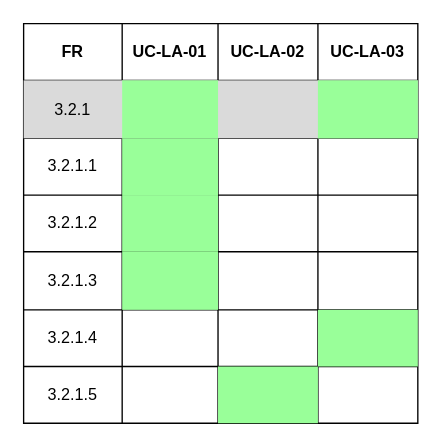
This is page "FR3.2" (10 of 18) of docs/srs/Use_Cases/Traceability_Matrix/Traceability_Matrix.drawio from COS301-SE-2026/UMTAS, a draw.io file, before an edit. Source tidied: cells renumbered, new cells numbered last; positions are measured from the earlier drawing's top-left corner, leaving out a move shared by most shapes. Both pictures are drawn from the tidied source at 135%, with x=0, y=0 at pixel (23, 23).
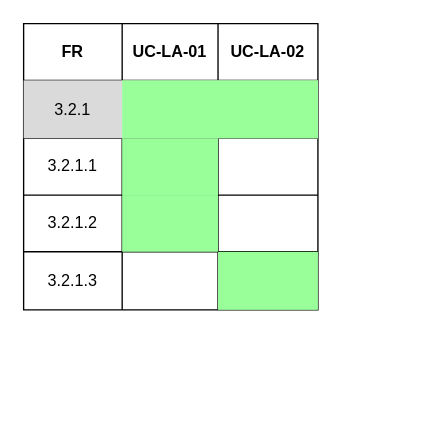
The same page after the edit.

Diff of the diagram source:
```diff
@@
     <mxCell id="2" style="shape=table;startSize=0;childLayout=tableLayout;strokeColor=default;" parent="1" vertex="1">
-      <mxGeometry width="292" height="296" as="geometry" />
+      <mxGeometry width="218" height="212" as="geometry" />
     </mxCell>
     <mxCell id="3" style="shape=tableRow;horizontal=0;startSize=0;swimlaneHead=0;swimlaneBody=0;strokeColor=inherit;top=0;left=0;bottom=0;right=0;fillColor=none;" parent="2" vertex="1">
-      <mxGeometry width="292" height="42" as="geometry" />
+      <mxGeometry width="218" height="42" as="geometry" />
     </mxCell>
@@
-    <mxCell id="7" value="UC-LA-03" style="shape=partialRectangle;html=1;whiteSpace=wrap;strokeColor=inherit;overflow=hidden;fillColor=none;top=0;left=0;bottom=0;right=0;fontStyle=1;" parent="3" vertex="1">
-      <mxGeometry x="218" width="74" height="42" as="geometry" />
-    </mxCell>
     <mxCell id="8" style="shape=tableRow;horizontal=0;startSize=0;swimlaneHead=0;swimlaneBody=0;strokeColor=inherit;top=0;left=0;bottom=0;right=0;fillColor=#DADADA;" parent="2" vertex="1">
-      <mxGeometry y="42" width="292" height="43" as="geometry" />
+      <mxGeometry y="42" width="218" height="43" as="geometry" />
     </mxCell>
@@
-    <mxCell id="11" style="shape=partialRectangle;html=1;whiteSpace=wrap;strokeColor=inherit;overflow=hidden;fillColor=none;top=0;left=0;bottom=0;right=0;" parent="8" vertex="1">
+    <mxCell id="11" style="shape=partialRectangle;html=1;whiteSpace=wrap;strokeColor=inherit;overflow=hidden;fillColor=#99FF99;top=0;left=0;bottom=0;right=0;" parent="8" vertex="1">
       <mxGeometry x="144" width="74" height="43" as="geometry" />
     </mxCell>
-    <mxCell id="12" style="shape=partialRectangle;html=1;whiteSpace=wrap;strokeColor=inherit;overflow=hidden;fillColor=#99FF99;top=0;left=0;bottom=0;right=0;" parent="8" vertex="1">
-      <mxGeometry x="218" width="74" height="43" as="geometry" />
-    </mxCell>
     <mxCell id="13" style="shape=tableRow;horizontal=0;startSize=0;swimlaneHead=0;swimlaneBody=0;strokeColor=inherit;top=0;left=0;bottom=0;right=0;fillColor=none;" parent="2" vertex="1">
-      <mxGeometry y="85" width="292" height="42" as="geometry" />
+      <mxGeometry y="85" width="218" height="42" as="geometry" />
     </mxCell>
@@
-    <mxCell id="17" style="shape=partialRectangle;html=1;whiteSpace=wrap;strokeColor=inherit;overflow=hidden;fillColor=none;top=0;left=0;bottom=0;right=0;" parent="13" vertex="1">
-      <mxGeometry x="218" width="74" height="42" as="geometry" />
-    </mxCell>
     <mxCell id="18" style="shape=tableRow;horizontal=0;startSize=0;swimlaneHead=0;swimlaneBody=0;strokeColor=inherit;top=0;left=0;bottom=0;right=0;fillColor=none;" parent="2" vertex="1">
-      <mxGeometry y="127" width="292" height="42" as="geometry" />
+      <mxGeometry y="127" width="218" height="42" as="geometry" />
     </mxCell>
@@
-    <mxCell id="22" style="shape=partialRectangle;html=1;whiteSpace=wrap;strokeColor=inherit;overflow=hidden;fillColor=none;top=0;left=0;bottom=0;right=0;" parent="18" vertex="1">
-      <mxGeometry x="218" width="74" height="42" as="geometry" />
-    </mxCell>
     <mxCell id="23" style="shape=tableRow;horizontal=0;startSize=0;swimlaneHead=0;swimlaneBody=0;strokeColor=inherit;top=0;left=0;bottom=0;right=0;fillColor=none;" parent="2" vertex="1">
-      <mxGeometry y="169" width="292" height="43" as="geometry" />
+      <mxGeometry y="169" width="218" height="43" as="geometry" />
     </mxCell>
@@
-    <mxCell id="25" style="shape=partialRectangle;html=1;whiteSpace=wrap;strokeColor=inherit;overflow=hidden;fillColor=#99FF99;top=0;left=0;bottom=0;right=0;" parent="23" vertex="1">
+    <mxCell id="25" style="shape=partialRectangle;html=1;whiteSpace=wrap;strokeColor=inherit;overflow=hidden;fillColor=none;top=0;left=0;bottom=0;right=0;" parent="23" vertex="1">
       <mxGeometry x="73" width="71" height="43" as="geometry" />
     </mxCell>
-    <mxCell id="26" style="shape=partialRectangle;html=1;whiteSpace=wrap;strokeColor=inherit;overflow=hidden;fillColor=none;top=0;left=0;bottom=0;right=0;" parent="23" vertex="1">
+    <mxCell id="26" style="shape=partialRectangle;html=1;whiteSpace=wrap;strokeColor=inherit;overflow=hidden;fillColor=#99FF99;top=0;left=0;bottom=0;right=0;" parent="23" vertex="1">
       <mxGeometry x="144" width="74" height="43" as="geometry" />
     </mxCell>
-    <mxCell id="27" style="shape=partialRectangle;html=1;whiteSpace=wrap;strokeColor=inherit;overflow=hidden;fillColor=none;top=0;left=0;bottom=0;right=0;" parent="23" vertex="1">
-      <mxGeometry x="218" width="74" height="43" as="geometry" />
-    </mxCell>
-    <mxCell id="28" style="shape=tableRow;horizontal=0;startSize=0;swimlaneHead=0;swimlaneBody=0;strokeColor=inherit;top=0;left=0;bottom=0;right=0;fillColor=none;" parent="2" vertex="1">
-      <mxGeometry y="212" width="292" height="42" as="geometry" />
-    </mxCell>
-    <mxCell id="29" value="3.2.1.4" style="shape=partialRectangle;html=1;whiteSpace=wrap;strokeColor=inherit;overflow=hidden;fillColor=none;top=0;left=0;bottom=0;right=0;" parent="28" vertex="1">
-      <mxGeometry width="73" height="42" as="geometry" />
-    </mxCell>
-    <mxCell id="30" style="shape=partialRectangle;html=1;whiteSpace=wrap;strokeColor=inherit;overflow=hidden;fillColor=none;top=0;left=0;bottom=0;right=0;" parent="28" vertex="1">
-      <mxGeometry x="73" width="71" height="42" as="geometry" />
-    </mxCell>
-    <mxCell id="31" style="shape=partialRectangle;html=1;whiteSpace=wrap;strokeColor=inherit;overflow=hidden;fillColor=none;top=0;left=0;bottom=0;right=0;" parent="28" vertex="1">
-      <mxGeometry x="144" width="74" height="42" as="geometry" />
-    </mxCell>
-    <mxCell id="32" style="shape=partialRectangle;html=1;whiteSpace=wrap;strokeColor=inherit;overflow=hidden;fillColor=#99FF99;top=0;left=0;bottom=0;right=0;" parent="28" vertex="1">
-      <mxGeometry x="218" width="74" height="42" as="geometry" />
-    </mxCell>
-    <mxCell id="33" style="shape=tableRow;horizontal=0;startSize=0;swimlaneHead=0;swimlaneBody=0;strokeColor=inherit;top=0;left=0;bottom=0;right=0;fillColor=none;" parent="2" vertex="1">
-      <mxGeometry y="254" width="292" height="42" as="geometry" />
-    </mxCell>
-    <mxCell id="34" value="3.2.1.5" style="shape=partialRectangle;html=1;whiteSpace=wrap;strokeColor=inherit;overflow=hidden;fillColor=none;top=0;left=0;bottom=0;right=0;" parent="33" vertex="1">
-      <mxGeometry width="73" height="42" as="geometry" />
-    </mxCell>
-    <mxCell id="35" style="shape=partialRectangle;html=1;whiteSpace=wrap;strokeColor=inherit;overflow=hidden;fillColor=none;top=0;left=0;bottom=0;right=0;" parent="33" vertex="1">
-      <mxGeometry x="73" width="71" height="42" as="geometry" />
-    </mxCell>
-    <mxCell id="36" style="shape=partialRectangle;html=1;whiteSpace=wrap;strokeColor=inherit;overflow=hidden;fillColor=#99FF99;top=0;left=0;bottom=0;right=0;" parent="33" vertex="1">
-      <mxGeometry x="144" width="74" height="42" as="geometry" />
-    </mxCell>
-    <mxCell id="37" style="shape=partialRectangle;html=1;whiteSpace=wrap;strokeColor=inherit;overflow=hidden;fillColor=none;top=0;left=0;bottom=0;right=0;" parent="33" vertex="1">
-      <mxGeometry x="218" width="74" height="42" as="geometry" />
-    </mxCell>
```
